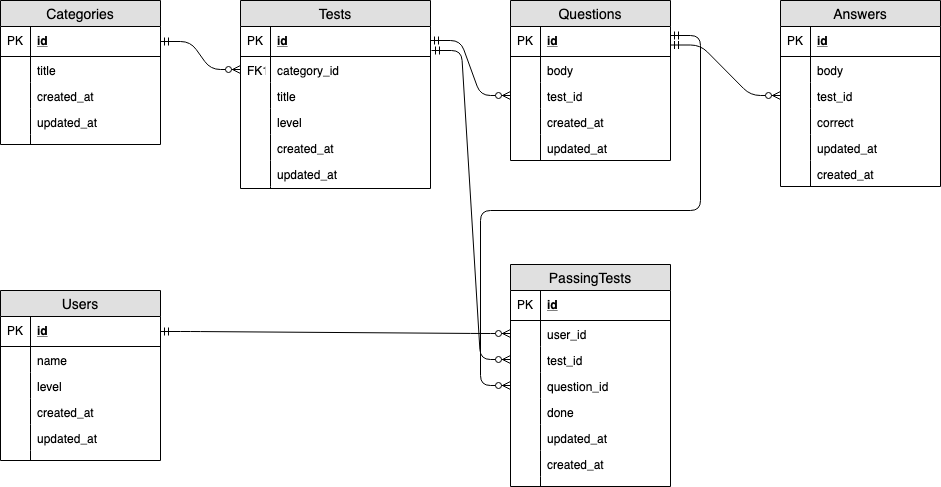
This is test_guru.png from marksventsitsky/test-guru, a draw.io export, as it was before one commit. Source tidied: cells renumbered, new cells last; positions are measured from the earlier drawing's top-left corner, leaving out a move shared by most shapes.
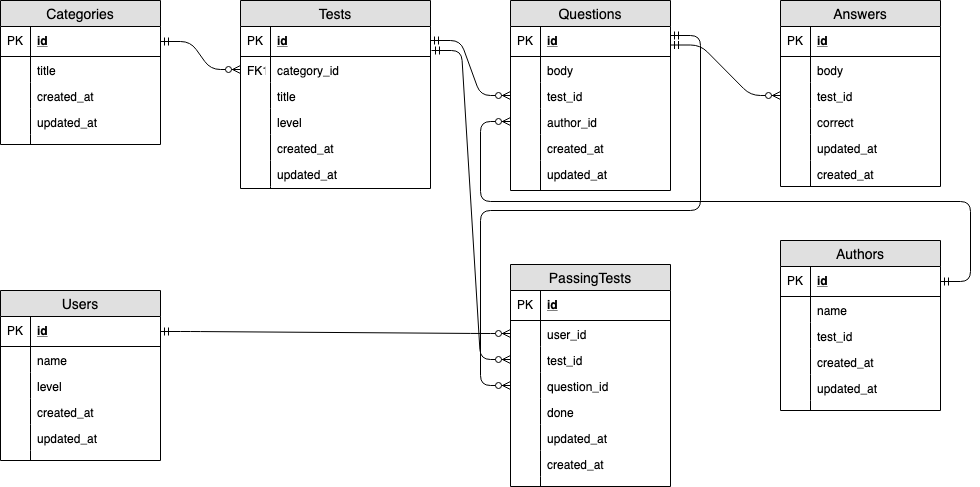
After the change.

Change to the diagram source:
```diff
@@ -123,7 +123,7 @@
       <mxGeometry width="30" height="10" as="geometry" />
     </mxCell>
     <mxCell id="42" value="Questions" style="swimlane;fontStyle=0;horizontal=1;startSize=26;fillColor=#e0e0e0;swimlaneFillColor=#ffffff;align=center;fontSize=14;" parent="1" vertex="1">
-      <mxGeometry x="510" width="160" height="160" as="geometry" />
+      <mxGeometry x="510" width="160" height="190" as="geometry" />
     </mxCell>
     <mxCell id="43" value="id" style="shape=partialRectangle;top=0;left=0;right=0;bottom=1;align=left;verticalAlign=middle;fillColor=none;spacingLeft=34;spacingRight=4;overflow=hidden;points=[[0,0.5],[1,0.5]];portConstraint=eastwest;fontStyle=5;fontSize=12;" parent="42" vertex="1">
       <mxGeometry y="26" width="160" height="30" as="geometry" />
@@ -143,17 +143,23 @@
     <mxCell id="48" style="shape=partialRectangle;top=0;left=0;bottom=0;fillColor=none;align=left;verticalAlign=top;spacingLeft=4;spacingRight=4;overflow=hidden;fontSize=12;" parent="47" vertex="1">
       <mxGeometry width="30" height="26" as="geometry" />
     </mxCell>
+    <mxCell id="88" value="author_id&#10;" style="shape=partialRectangle;top=0;left=0;right=0;bottom=0;align=left;verticalAlign=top;fillColor=none;spacingLeft=34;spacingRight=4;overflow=hidden;points=[[0,0.5],[1,0.5]];portConstraint=eastwest;fontSize=12;" parent="42" vertex="1">
+      <mxGeometry y="108" width="160" height="26" as="geometry" />
+    </mxCell>
+    <mxCell id="89" style="shape=partialRectangle;top=0;left=0;bottom=0;fillColor=none;align=left;verticalAlign=top;spacingLeft=4;spacingRight=4;overflow=hidden;fontSize=12;" parent="88" vertex="1">
+      <mxGeometry width="30" height="26" as="geometry" />
+    </mxCell>
     <mxCell id="49" value="created_at" style="shape=partialRectangle;top=0;left=0;right=0;bottom=0;align=left;verticalAlign=top;fillColor=none;spacingLeft=34;spacingRight=4;overflow=hidden;fontSize=12;" parent="42" vertex="1">
-      <mxGeometry y="108" width="160" height="26" as="geometry" />
+      <mxGeometry y="134" width="160" height="26" as="geometry" />
     </mxCell>
     <mxCell id="50" style="shape=partialRectangle;top=0;left=0;bottom=0;fillColor=none;align=left;verticalAlign=top;spacingLeft=4;spacingRight=4;overflow=hidden;fontSize=12;" parent="49" vertex="1">
       <mxGeometry width="30" height="26" as="geometry" />
     </mxCell>
     <mxCell id="51" value="updated_at" style="shape=partialRectangle;top=0;left=0;right=0;bottom=0;align=left;verticalAlign=top;fillColor=none;spacingLeft=34;spacingRight=4;overflow=hidden;fontSize=12;" parent="42" vertex="1">
-      <mxGeometry y="134" width="160" height="26" as="geometry" />
+      <mxGeometry y="160" width="160" height="30" as="geometry" />
     </mxCell>
     <mxCell id="52" style="shape=partialRectangle;top=0;left=0;bottom=0;fillColor=none;align=left;verticalAlign=top;spacingLeft=4;spacingRight=4;overflow=hidden;fontSize=12;" parent="51" vertex="1">
-      <mxGeometry width="30" height="26" as="geometry" />
+      <mxGeometry width="30" height="30" as="geometry" />
     </mxCell>
     <mxCell id="53" style="edgeStyle=entityRelationEdgeStyle;fontSize=12;html=1;endArrow=ERzeroToMany;startArrow=ERmandOne;entryX=0;entryY=0.5;entryDx=0;entryDy=0;exitX=1;exitY=0.5;exitDx=0;exitDy=0;" parent="1" edge="1" target="47">
       <mxGeometry relative="1" as="geometry">
@@ -264,5 +270,47 @@
     <mxCell id="87" style="edgeStyle=entityRelationEdgeStyle;fontSize=12;html=1;endArrow=ERzeroToMany;startArrow=ERmandOne;entryX=0;entryY=0.5;entryDx=0;entryDy=0;exitX=1;exitY=0.3;exitDx=0;exitDy=0;exitPerimeter=0;" parent="1" edge="1" source="43" target="75">
       <mxGeometry relative="1" as="geometry" />
     </mxCell>
+    <mxCell id="90" value="Authors" style="swimlane;fontStyle=0;horizontal=1;startSize=26;fillColor=#e0e0e0;swimlaneFillColor=#ffffff;align=center;fontSize=14;" parent="1" vertex="1">
+      <mxGeometry x="780" y="240" width="160" height="170" as="geometry" />
+    </mxCell>
+    <mxCell id="91" value="id" style="shape=partialRectangle;top=0;left=0;right=0;bottom=1;align=left;verticalAlign=middle;fillColor=none;spacingLeft=34;spacingRight=4;overflow=hidden;points=[[0,0.5],[1,0.5]];portConstraint=eastwest;fontStyle=5;fontSize=12;" parent="90" vertex="1">
+      <mxGeometry y="26" width="160" height="30" as="geometry" />
+    </mxCell>
+    <mxCell id="92" value="PK" style="shape=partialRectangle;top=0;left=0;bottom=0;fillColor=none;align=left;verticalAlign=middle;spacingLeft=4;spacingRight=4;overflow=hidden;fontSize=12;" parent="91" vertex="1">
+      <mxGeometry width="30" height="30" as="geometry" />
+    </mxCell>
+    <mxCell id="93" value="name" style="shape=partialRectangle;top=0;left=0;right=0;bottom=0;align=left;verticalAlign=top;fillColor=none;spacingLeft=34;spacingRight=4;overflow=hidden;fontSize=12;" parent="90" vertex="1">
+      <mxGeometry y="56" width="160" height="26" as="geometry" />
+    </mxCell>
+    <mxCell id="94" style="shape=partialRectangle;top=0;left=0;bottom=0;fillColor=none;align=left;verticalAlign=top;spacingLeft=4;spacingRight=4;overflow=hidden;fontSize=12;" parent="93" vertex="1">
+      <mxGeometry width="30" height="26" as="geometry" />
+    </mxCell>
+    <mxCell id="95" value="test_id&#10;" style="shape=partialRectangle;top=0;left=0;right=0;bottom=0;align=left;verticalAlign=top;fillColor=none;spacingLeft=34;spacingRight=4;overflow=hidden;fontSize=12;" parent="90" vertex="1">
+      <mxGeometry y="82" width="160" height="26" as="geometry" />
+    </mxCell>
+    <mxCell id="96" style="shape=partialRectangle;top=0;left=0;bottom=0;fillColor=none;align=left;verticalAlign=top;spacingLeft=4;spacingRight=4;overflow=hidden;fontSize=12;" parent="95" vertex="1">
+      <mxGeometry width="30" height="26" as="geometry" />
+    </mxCell>
+    <mxCell id="97" value="created_at" style="shape=partialRectangle;top=0;left=0;right=0;bottom=0;align=left;verticalAlign=top;fillColor=none;spacingLeft=34;spacingRight=4;overflow=hidden;fontSize=12;" parent="90" vertex="1">
+      <mxGeometry y="108" width="160" height="26" as="geometry" />
+    </mxCell>
+    <mxCell id="98" style="shape=partialRectangle;top=0;left=0;bottom=0;fillColor=none;align=left;verticalAlign=top;spacingLeft=4;spacingRight=4;overflow=hidden;fontSize=12;" parent="97" vertex="1">
+      <mxGeometry width="30" height="26" as="geometry" />
+    </mxCell>
+    <mxCell id="99" value="updated_at" style="shape=partialRectangle;top=0;left=0;right=0;bottom=0;align=left;verticalAlign=top;fillColor=none;spacingLeft=34;spacingRight=4;overflow=hidden;fontSize=12;" parent="90" vertex="1">
+      <mxGeometry y="134" width="160" height="26" as="geometry" />
+    </mxCell>
+    <mxCell id="100" style="shape=partialRectangle;top=0;left=0;bottom=0;fillColor=none;align=left;verticalAlign=top;spacingLeft=4;spacingRight=4;overflow=hidden;fontSize=12;" parent="99" vertex="1">
+      <mxGeometry width="30" height="26" as="geometry" />
+    </mxCell>
+    <mxCell id="101" style="shape=partialRectangle;top=0;left=0;right=0;bottom=0;align=left;verticalAlign=top;fillColor=none;spacingLeft=34;spacingRight=4;overflow=hidden;fontSize=12;" parent="90" vertex="1">
+      <mxGeometry y="160" width="160" height="10" as="geometry" />
+    </mxCell>
+    <mxCell id="102" style="shape=partialRectangle;top=0;left=0;bottom=0;fillColor=none;align=left;verticalAlign=top;spacingLeft=4;spacingRight=4;overflow=hidden;fontSize=12;" parent="101" vertex="1">
+      <mxGeometry width="30" height="10" as="geometry" />
+    </mxCell>
+    <mxCell id="103" style="edgeStyle=entityRelationEdgeStyle;fontSize=12;html=1;endArrow=ERzeroToMany;startArrow=ERmandOne;exitX=1;exitY=0.5;exitDx=0;exitDy=0;entryX=0;entryY=0.5;entryDx=0;entryDy=0;" parent="1" edge="1" source="91" target="88">
+      <mxGeometry relative="1" as="geometry" />
+    </mxCell>
   </root>
 </mxGraphModel>
```
